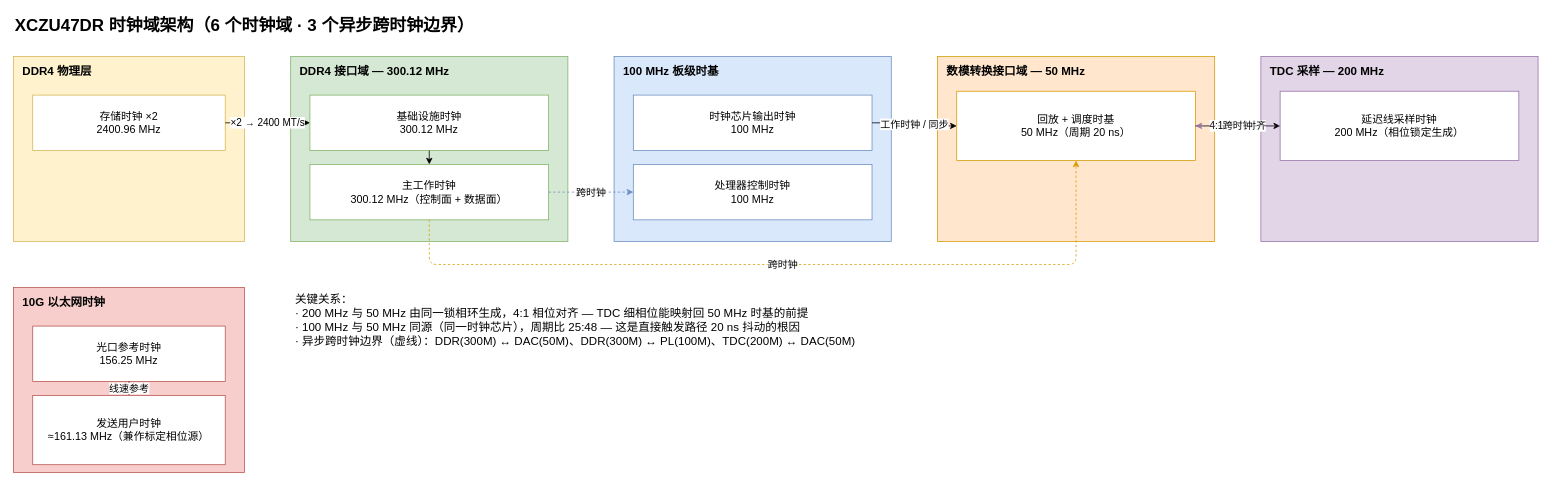
Earlier version of the draw.io diagram docs/diagrams/04_时钟域图.drawio (Ayahmu/xczu47dr-rfdc). Source tidied: cells renumbered, new cells numbered last; positions are measured from the earlier drawing's top-left corner, leaving out a move shared by most shapes. Both pictures are drawn from the tidied source at 77%, with x=0, y=0 at pixel (13, 13).
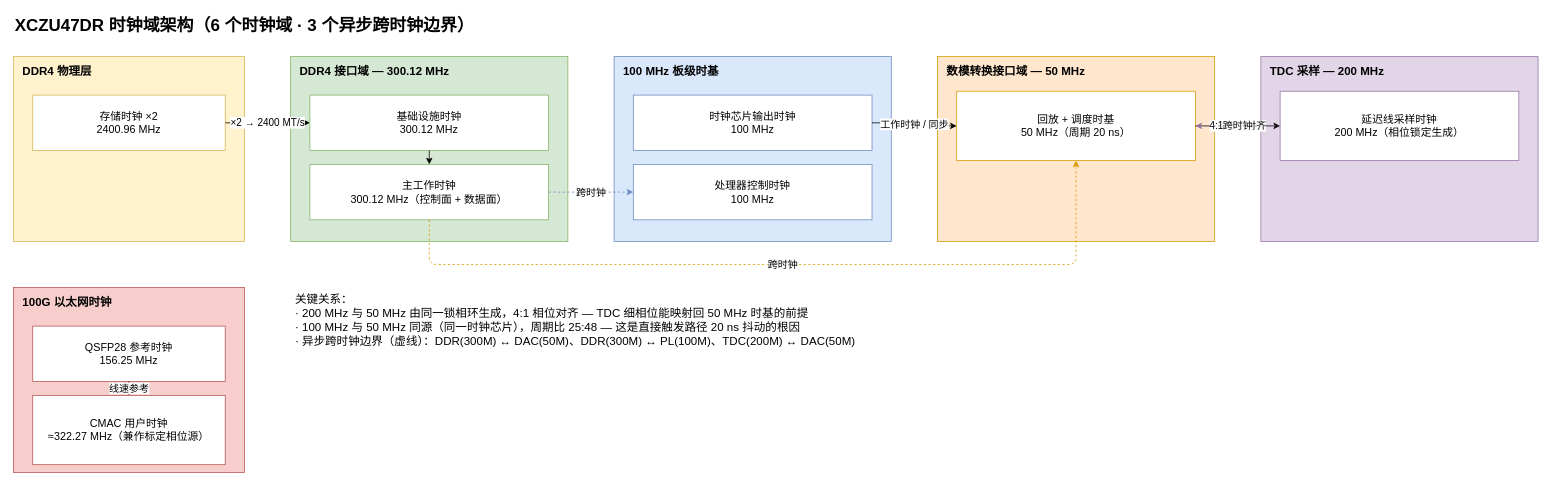
After the change.

Diff of the diagram source:
```diff
@@
-    <mxCell id="15" value="10G 以太网时钟" style="whiteSpace=wrap;html=1;verticalAlign=top;align=left;spacingLeft=10;spacingTop=4;fontSize=15;fontStyle=1;fillColor=#F8CECC;strokeColor=#B85450;" parent="1" vertex="1">
+    <mxCell id="15" value="100G 以太网时钟" style="whiteSpace=wrap;html=1;verticalAlign=top;align=left;spacingLeft=10;spacingTop=4;fontSize=15;fontStyle=1;fillColor=#F8CECC;strokeColor=#B85450;" parent="1" vertex="1">
       <mxGeometry y="356" width="300" height="240" as="geometry" />
     </mxCell>
-    <mxCell id="16" value="光口参考时钟&#10;156.25 MHz" style="whiteSpace=wrap;html=1;fillColor=#FFFFFF;strokeColor=#B85450;fontSize=14;" parent="15" vertex="1">
+    <mxCell id="16" value="QSFP28 参考时钟&#10;156.25 MHz" style="whiteSpace=wrap;html=1;fillColor=#FFFFFF;strokeColor=#B85450;fontSize=14;" parent="15" vertex="1">
       <mxGeometry x="25" y="50" width="250" height="72" as="geometry" />
     </mxCell>
-    <mxCell id="17" value="发送用户时钟&#10;≈161.13 MHz（兼作标定相位源）" style="whiteSpace=wrap;html=1;fillColor=#FFFFFF;strokeColor=#B85450;fontSize=14;" parent="15" vertex="1">
+    <mxCell id="17" value="CMAC 用户时钟&#10;≈322.27 MHz（兼作标定相位源）" style="whiteSpace=wrap;html=1;fillColor=#FFFFFF;strokeColor=#B85450;fontSize=14;" parent="15" vertex="1">
       <mxGeometry x="25" y="140" width="250" height="90" as="geometry" />
     </mxCell>
```
